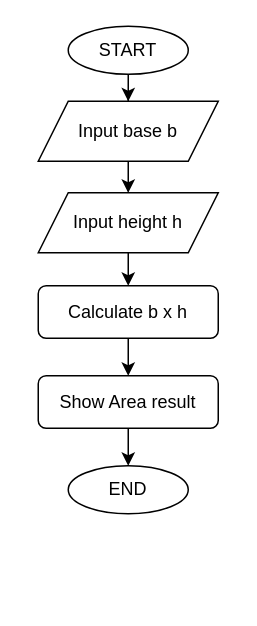
The draw.io diagram DATA STRUCTURE AND  ALGORITHM/1.04 Area of 4 Walls.drawio in buicaothe/PYTHON, before the edit. Source tidied: cells renumbered, new cells numbered last; positions are measured from the earlier drawing's top-left corner, leaving out a move shared by most shapes. Both pictures are drawn from the tidied source at 150%, with x=0, y=0 at pixel (38, 26).
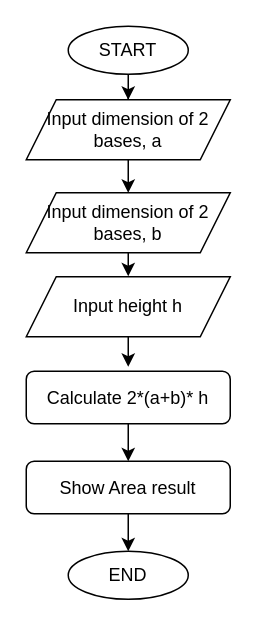
Above is the later version.

The edit, as a diff of the source:
```diff
@@
 <mxGraphModel>
   <root>
     <mxCell id="0" />
     <mxCell id="1" parent="0" />
     <mxCell id="2" style="edgeStyle=orthogonalEdgeStyle;rounded=0;jettySize=auto;html=1;entryX=0.5;entryY=0;entryDx=0;entryDy=0;" parent="1" edge="1" source="3" target="5">
       <mxGeometry relative="1" as="geometry" />
     </mxCell>
     <mxCell id="3" value="START" style="ellipse;whiteSpace=wrap;html=1;shapeInside=1;" parent="1" vertex="1">
       <mxGeometry x="20" width="80" height="32" as="geometry" />
     </mxCell>
     <mxCell id="4" style="edgeStyle=orthogonalEdgeStyle;rounded=0;jettySize=auto;html=1;entryX=0.5;entryY=0;entryDx=0;entryDy=0;" parent="1" edge="1" source="5" target="7">
       <mxGeometry relative="1" as="geometry" />
     </mxCell>
-    <mxCell id="5" value="Input base b" style="shape=parallelogram;perimeter=parallelogramPerimeter;whiteSpace=wrap;html=1;shapeInside=1;fixedSize=1;" parent="1" vertex="1">
-      <mxGeometry y="50" width="120" height="40" as="geometry" />
+    <mxCell id="5" value="Input dimension of 2 bases, a" style="shape=parallelogram;perimeter=parallelogramPerimeter;whiteSpace=wrap;html=1;shapeInside=1;fixedSize=1;" parent="1" vertex="1">
+      <mxGeometry x="-8" y="49" width="136" height="40" as="geometry" />
     </mxCell>
-    <mxCell id="6" style="edgeStyle=orthogonalEdgeStyle;rounded=0;jettySize=auto;html=1;entryX=0.5;entryY=0;entryDx=0;entryDy=0;" parent="1" edge="1" source="7" target="9">
-      <mxGeometry relative="1" as="geometry" />
-    </mxCell>
+    <mxCell id="14" style="edgeStyle=orthogonalEdgeStyle;rounded=0;jettySize=auto;html=1;exitX=0.5;exitY=1;exitDx=0;exitDy=0;" parent="1" edge="1" source="7">
+      <mxGeometry relative="1" as="geometry">
+        <mxPoint x="60" y="166.7" as="targetPoint" />
+      </mxGeometry>
+    </mxCell>
-    <mxCell id="7" value="Input height h" style="shape=parallelogram;perimeter=parallelogramPerimeter;whiteSpace=wrap;html=1;shapeInside=1;fixedSize=1;" parent="1" vertex="1">
-      <mxGeometry y="111" width="120" height="40" as="geometry" />
+    <mxCell id="7" value="Input dimension of 2 bases, b" style="shape=parallelogram;perimeter=parallelogramPerimeter;whiteSpace=wrap;html=1;shapeInside=1;fixedSize=1;" parent="1" vertex="1">
+      <mxGeometry x="-8" y="111" width="136" height="40" as="geometry" />
     </mxCell>
     <mxCell id="8" style="edgeStyle=orthogonalEdgeStyle;rounded=0;jettySize=auto;html=1;entryX=0.5;entryY=0;entryDx=0;entryDy=0;" parent="1" edge="1" source="9" target="12">
       <mxGeometry relative="1" as="geometry" />
     </mxCell>
-    <mxCell id="9" value="Calculate b x h" style="rounded=1;whiteSpace=wrap;html=1;" parent="1" vertex="1">
-      <mxGeometry y="173" width="120" height="35" as="geometry" />
+    <mxCell id="9" value="Calculate 2*(a+b)* h" style="rounded=1;whiteSpace=wrap;html=1;" parent="1" vertex="1">
+      <mxGeometry x="-8" y="230" width="136" height="35" as="geometry" />
     </mxCell>
     <mxCell id="10" style="edgeStyle=orthogonalEdgeStyle;rounded=0;orthogonalLoop=1;jettySize=auto;html=1;innerLoopWaypoints=1;exitX=0.5;exitY=1;exitDx=0;exitDy=0;" parent="1" edge="1" source="9" target="9">
       <mxGeometry relative="1" as="geometry" />
     </mxCell>
     <mxCell id="11" style="edgeStyle=orthogonalEdgeStyle;rounded=0;jettySize=auto;html=1;entryX=0.5;entryY=0;entryDx=0;entryDy=0;" parent="1" edge="1" source="12" target="13">
       <mxGeometry relative="1" as="geometry" />
     </mxCell>
     <mxCell id="12" value="Show Area result" style="rounded=1;whiteSpace=wrap;html=1;" parent="1" vertex="1">
-      <mxGeometry y="233" width="120" height="35" as="geometry" />
+      <mxGeometry x="-8" y="290" width="136" height="35" as="geometry" />
     </mxCell>
     <mxCell id="13" value="END" style="ellipse;whiteSpace=wrap;html=1;shapeInside=1;" parent="1" vertex="1">
-      <mxGeometry x="20" y="293" width="80" height="32" as="geometry" />
+      <mxGeometry x="20" y="350" width="80" height="32" as="geometry" />
     </mxCell>
+    <mxCell id="15" style="edgeStyle=orthogonalEdgeStyle;rounded=0;jettySize=auto;html=1;" parent="1" edge="1" source="16">
+      <mxGeometry relative="1" as="geometry">
+        <mxPoint x="60" y="227.2" as="targetPoint" />
+      </mxGeometry>
+    </mxCell>
+    <mxCell id="16" value="Input height h" style="shape=parallelogram;perimeter=parallelogramPerimeter;whiteSpace=wrap;html=1;shapeInside=1;fixedSize=1;" parent="1" vertex="1">
+      <mxGeometry x="-8" y="167" width="136" height="40" as="geometry" />
+    </mxCell>
   </root>
 </mxGraphModel>
```
